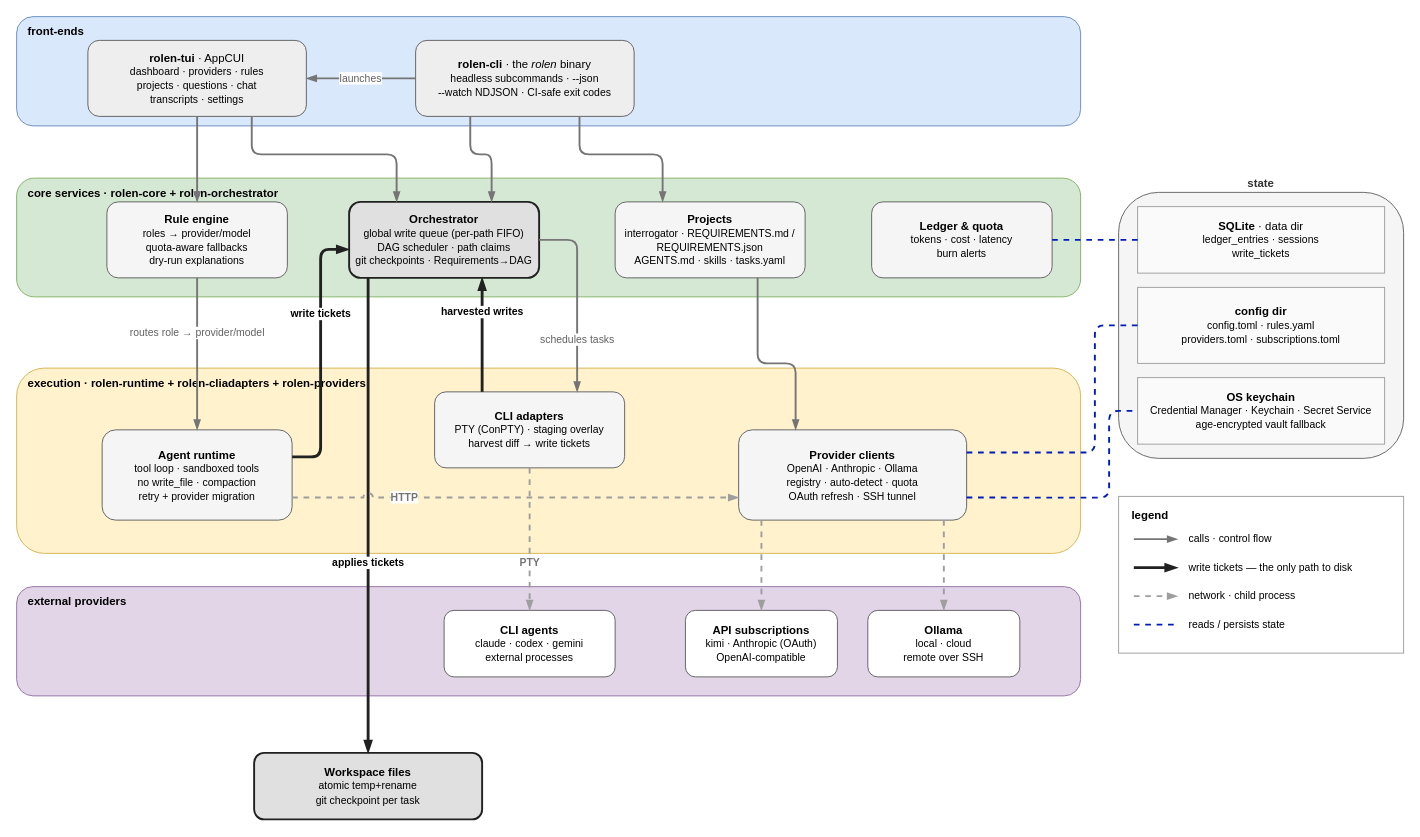
The draw.io diagram docs/architecture.drawio in milleniumrs/RoleN, before the edit. Source tidied: cells renumbered, new cells numbered last; positions are measured from the earlier drawing's top-left corner, leaving out a move shared by most shapes. Both pictures are drawn from the tidied source at 95%, with x=0, y=0 at pixel (16, 16).
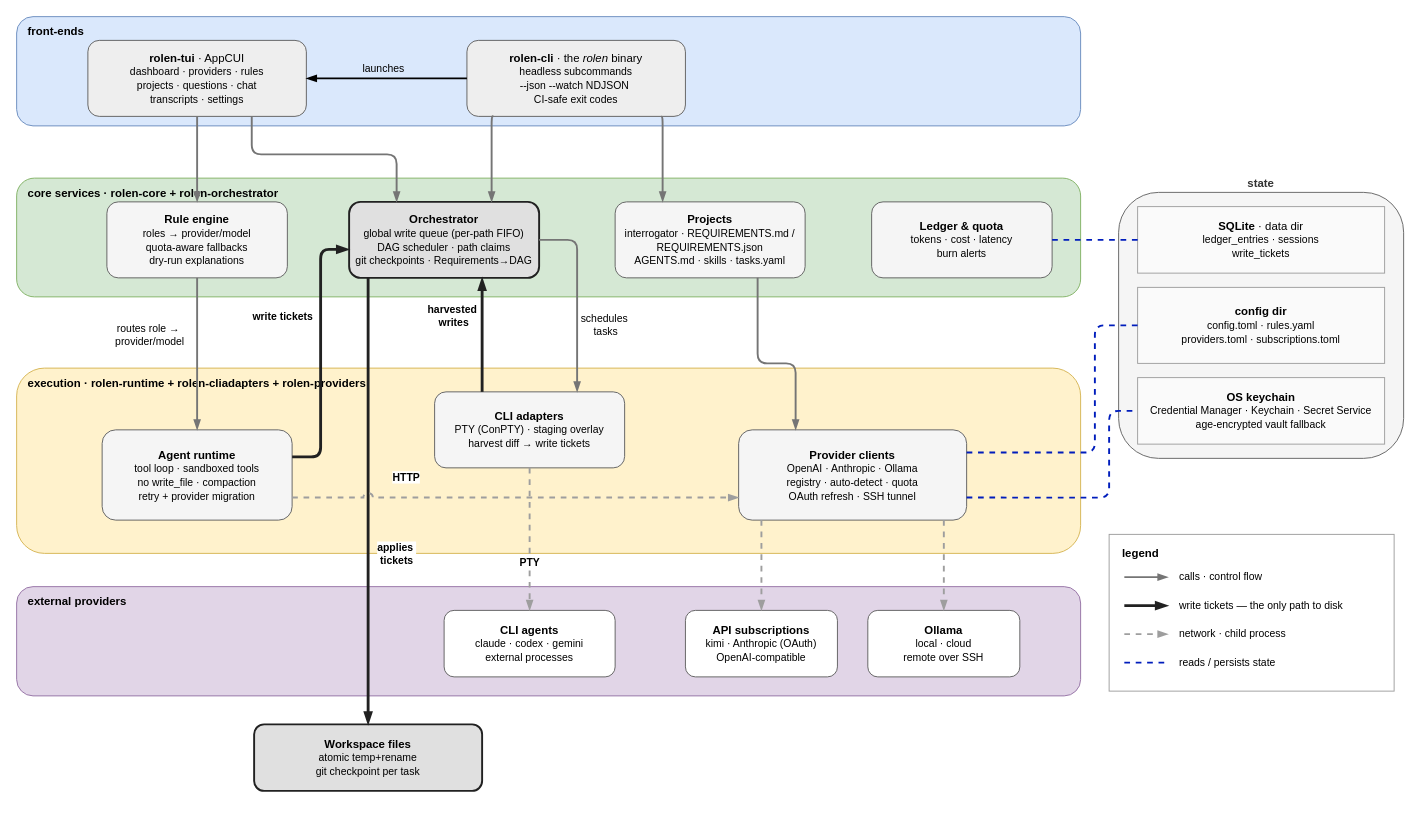
After the change.

Commit message:
Docs: update architecture diagram

Unchanged cells that the change refers to:
```xml
<mxCell id="7" value="&lt;b&gt;rolen-tui&lt;/b&gt; · AppCUI&lt;br&gt;&lt;font style=&quot;font-size:11px&quot;&gt;dashboard · providers · rules&lt;br&gt;projects · questions · chat&lt;br&gt;transcripts · settings&lt;/font&gt;" style="rounded=1;whiteSpace=wrap;html=1;fillColor=#EEEEEE;strokeColor=#616161;" parent="1" vertex="1">
  <mxGeometry x="75" y="25" width="230" height="80" as="geometry" />
</mxCell>
<mxCell id="9" value="&lt;b&gt;Rule engine&lt;/b&gt;&lt;br&gt;&lt;font style=&quot;font-size:11px&quot;&gt;roles → provider/model&lt;br&gt;quota-aware fallbacks&lt;br&gt;dry-run explanations&lt;/font&gt;" style="rounded=1;whiteSpace=wrap;html=1;fillColor=#F5F5F5;strokeColor=#616161;" parent="1" vertex="1">
  <mxGeometry x="95" y="195" width="190" height="80" as="geometry" />
</mxCell>
<mxCell id="10" value="&lt;b&gt;Orchestrator&lt;/b&gt;&lt;br&gt;&lt;font style=&quot;font-size:11px&quot;&gt;global write queue (per-path FIFO)&lt;br&gt;DAG scheduler · path claims&lt;br&gt;git checkpoints · Requirements→DAG&lt;/font&gt;" style="rounded=1;whiteSpace=wrap;html=1;fillColor=#E0E0E0;strokeColor=#212121;strokeWidth=2;" parent="1" vertex="1">
  <mxGeometry x="350" y="195" width="200" height="80" as="geometry" />
</mxCell>
<mxCell id="11" value="&lt;b&gt;Projects&lt;/b&gt;&lt;br&gt;&lt;font style=&quot;font-size:11px&quot;&gt;interrogator · REQUIREMENTS.md / REQUIREMENTS.json&lt;br&gt;AGENTS.md · skills · tasks.yaml&lt;/font&gt;" style="rounded=1;whiteSpace=wrap;html=1;fillColor=#F5F5F5;strokeColor=#616161;" parent="1" vertex="1">
  <mxGeometry x="630" y="195" width="200" height="80" as="geometry" />
</mxCell>
<mxCell id="13" value="&lt;b&gt;CLI adapters&lt;/b&gt;&lt;br&gt;&lt;font style=&quot;font-size:11px&quot;&gt;PTY (ConPTY) · staging overlay&lt;br&gt;harvest diff → write tickets&lt;/font&gt;" style="rounded=1;whiteSpace=wrap;html=1;fillColor=#F5F5F5;strokeColor=#616161;" parent="1" vertex="1">
  <mxGeometry x="440" y="395" width="200" height="80" as="geometry" />
</mxCell>
<mxCell id="14" value="&lt;b&gt;Agent runtime&lt;/b&gt;&lt;br&gt;&lt;font style=&quot;font-size:11px&quot;&gt;tool loop · sandboxed tools&lt;br&gt;no write_file · compaction&lt;br&gt;retry + provider migration&lt;/font&gt;" style="rounded=1;whiteSpace=wrap;html=1;fillColor=#F5F5F5;strokeColor=#616161;" parent="1" vertex="1">
  <mxGeometry x="90" y="435" width="200" height="95" as="geometry" />
</mxCell>
<mxCell id="15" value="&lt;b&gt;Provider clients&lt;/b&gt;&lt;br&gt;&lt;font style=&quot;font-size:11px&quot;&gt;OpenAI · Anthropic · Ollama&lt;br&gt;registry · auto-detect · quota&lt;br&gt;OAuth refresh · SSH tunnel&lt;/font&gt;" style="rounded=1;whiteSpace=wrap;html=1;fillColor=#F5F5F5;strokeColor=#616161;" parent="1" vertex="1">
  <mxGeometry x="760" y="435" width="240" height="95" as="geometry" />
</mxCell>
<mxCell id="16" value="&lt;b&gt;CLI agents&lt;/b&gt;&lt;br&gt;&lt;font style=&quot;font-size:11px&quot;&gt;claude · codex · gemini&lt;br&gt;external processes&lt;/font&gt;" style="rounded=1;whiteSpace=wrap;html=1;fillColor=#FFFFFF;strokeColor=#616161;" parent="1" vertex="1">
  <mxGeometry x="450" y="625" width="180" height="70" as="geometry" />
</mxCell>
```

Diff of the diagram source:
```diff
@@
-    <mxCell id="8" value="&lt;b&gt;rolen-cli&lt;/b&gt; · the &lt;i&gt;rolen&lt;/i&gt; binary&lt;br&gt;&lt;font style=&quot;font-size:11px&quot;&gt;headless subcommands · --json&lt;br&gt;--watch NDJSON · CI-safe exit codes&lt;/font&gt;" style="rounded=1;whiteSpace=wrap;html=1;fillColor=#EEEEEE;strokeColor=#616161;" parent="1" vertex="1">
-      <mxGeometry x="420" y="25" width="230" height="80" as="geometry" />
+    <mxCell id="8" value="&lt;b&gt;rolen-cli&lt;/b&gt; · the &lt;i&gt;rolen&lt;/i&gt; binary&lt;br&gt;&lt;font style=&quot;font-size:11px&quot;&gt;headless subcommands&lt;/font&gt;&lt;div&gt;&lt;font style=&quot;font-size:11px&quot;&gt;--json&amp;nbsp;--watch NDJSON&amp;nbsp;&lt;/font&gt;&lt;/div&gt;&lt;div&gt;&lt;font style=&quot;font-size:11px&quot;&gt;CI-safe exit codes&lt;/font&gt;&lt;/div&gt;" style="rounded=1;whiteSpace=wrap;html=1;fillColor=#EEEEEE;strokeColor=#616161;" parent="1" vertex="1">
+      <mxGeometry x="474" y="25" width="230" height="80" as="geometry" />
     </mxCell>
@@
     <mxCell id="22" value="&lt;b&gt;Workspace files&lt;/b&gt;&lt;br&gt;&lt;font style=&quot;font-size:11px&quot;&gt;atomic temp+rename&lt;br&gt;git checkpoint per task&lt;/font&gt;" style="rounded=1;whiteSpace=wrap;html=1;fillColor=#E0E0E0;strokeColor=#212121;strokeWidth=2;" parent="1" vertex="1">
-      <mxGeometry x="250" y="775" width="240" height="70" as="geometry" />
+      <mxGeometry x="250" y="745" width="240" height="70" as="geometry" />
     </mxCell>
     <mxCell id="23" value="&lt;b&gt;legend&lt;/b&gt;" style="rounded=0;whiteSpace=wrap;html=1;fillColor=#FFFFFF;strokeColor=#9E9E9E;align=left;verticalAlign=top;spacingLeft=12;spacingTop=6;fontSize=12;" parent="1" vertex="1">
-      <mxGeometry x="1160" y="505" width="300" height="165" as="geometry" />
+      <mxGeometry x="1150" y="545" width="300" height="165" as="geometry" />
     </mxCell>
     <mxCell id="24" style="edgeStyle=orthogonalEdgeStyle;rounded=1;html=1;strokeColor=#757575;strokeWidth=2;endArrow=blockThin;endFill=1;" parent="1" edge="1">
       <mxGeometry relative="1" as="geometry">
-        <mxPoint x="1176" y="550" as="sourcePoint" />
-        <mxPoint x="1222" y="550" as="targetPoint" />
+        <mxPoint x="1166" y="590" as="sourcePoint" />
+        <mxPoint x="1212" y="590" as="targetPoint" />
       </mxGeometry>
     </mxCell>
     <mxCell id="25" value="calls · control flow" style="text;html=1;align=left;verticalAlign=middle;fontSize=11;strokeColor=none;fillColor=none;" parent="1" vertex="1">
-      <mxGeometry x="1232" y="540" width="220" height="20" as="geometry" />
+      <mxGeometry x="1222" y="580" width="220" height="20" as="geometry" />
     </mxCell>
     <mxCell id="26" style="edgeStyle=orthogonalEdgeStyle;rounded=1;html=1;strokeColor=#212121;strokeWidth=3;endArrow=blockThin;endFill=1;" parent="1" edge="1">
       <mxGeometry relative="1" as="geometry">
-        <mxPoint x="1176" y="580" as="sourcePoint" />
-        <mxPoint x="1222" y="580" as="targetPoint" />
+        <mxPoint x="1166" y="620" as="sourcePoint" />
+        <mxPoint x="1212" y="620" as="targetPoint" />
       </mxGeometry>
     </mxCell>
     <mxCell id="27" value="write tickets — the only path to disk" style="text;html=1;align=left;verticalAlign=middle;fontSize=11;strokeColor=none;fillColor=none;" parent="1" vertex="1">
-      <mxGeometry x="1232" y="570" width="220" height="20" as="geometry" />
+      <mxGeometry x="1222" y="610" width="220" height="20" as="geometry" />
     </mxCell>
     <mxCell id="28" style="edgeStyle=orthogonalEdgeStyle;rounded=1;html=1;strokeColor=#9E9E9E;strokeWidth=2;dashed=1;endArrow=blockThin;endFill=1;" parent="1" edge="1">
       <mxGeometry relative="1" as="geometry">
-        <mxPoint x="1176" y="610" as="sourcePoint" />
-        <mxPoint x="1222" y="610" as="targetPoint" />
+        <mxPoint x="1166" y="650" as="sourcePoint" />
+        <mxPoint x="1212" y="650" as="targetPoint" />
       </mxGeometry>
     </mxCell>
     <mxCell id="29" value="network · child process" style="text;html=1;align=left;verticalAlign=middle;fontSize=11;strokeColor=none;fillColor=none;" parent="1" vertex="1">
-      <mxGeometry x="1232" y="600" width="220" height="20" as="geometry" />
+      <mxGeometry x="1222" y="640" width="220" height="20" as="geometry" />
     </mxCell>
     <mxCell id="30" style="edgeStyle=orthogonalEdgeStyle;rounded=1;html=1;strokeColor=#001DBC;strokeWidth=2;dashed=1;endArrow=none;" parent="1" edge="1">
       <mxGeometry relative="1" as="geometry">
-        <mxPoint x="1176" y="640" as="sourcePoint" />
-        <mxPoint x="1222" y="640" as="targetPoint" />
+        <mxPoint x="1166" y="680" as="sourcePoint" />
+        <mxPoint x="1212" y="680" as="targetPoint" />
       </mxGeometry>
     </mxCell>
     <mxCell id="31" value="reads / persists state" style="text;html=1;align=left;verticalAlign=middle;fontSize=11;strokeColor=none;fillColor=none;" parent="1" vertex="1">
-      <mxGeometry x="1232" y="630" width="220" height="20" as="geometry" />
+      <mxGeometry x="1222" y="670" width="220" height="20" as="geometry" />
     </mxCell>
-    <mxCell id="32" value="launches" style="edgeStyle=orthogonalEdgeStyle;rounded=1;html=1;strokeColor=#757575;strokeWidth=2;endArrow=blockThin;endFill=1;fontSize=11;fontColor=#616161;labelBackgroundColor=#FFFFFF;exitX=0;exitY=0.5;exitDx=0;exitDy=0;entryX=1;entryY=0.5;entryDx=0;entryDy=0;" parent="1" edge="1" source="8" target="7">
-      <mxGeometry relative="1" as="geometry" />
+    <mxCell id="32" value="launches" style="edgeStyle=orthogonalEdgeStyle;rounded=1;html=1;strokeWidth=2;endArrow=blockThin;endFill=1;fontSize=11;fontColor=#000000;labelBackgroundColor=none;exitX=0;exitY=0.5;exitDx=0;exitDy=0;entryX=1;entryY=0.5;entryDx=0;entryDy=0;" parent="1" edge="1" source="8" target="7">
+      <mxGeometry x="0.04" y="-10" relative="1" as="geometry" />
     </mxCell>
@@
-    <mxCell id="35" style="edgeStyle=orthogonalEdgeStyle;rounded=1;html=1;strokeColor=#757575;strokeWidth=2;endArrow=blockThin;endFill=1;exitX=0.25;exitY=1;exitDx=0;exitDy=0;entryX=0.75;entryY=0;entryDx=0;entryDy=0;" parent="1" edge="1" source="8" target="10">
+    <mxCell id="35" style="edgeStyle=orthogonalEdgeStyle;rounded=1;html=1;strokeColor=#757575;strokeWidth=2;endArrow=blockThin;endFill=1;exitX=0.121;exitY=0.998;exitDx=0;exitDy=0;entryX=0.75;entryY=0;entryDx=0;entryDy=0;exitPerimeter=0;" parent="1" edge="1" source="8" target="10">
       <mxGeometry relative="1" as="geometry">
         <Array as="points">
-          <mxPoint x="478" y="145" />
-          <mxPoint x="500" y="145" />
+          <mxPoint x="500" y="104.8" />
         </Array>
       </mxGeometry>
     </mxCell>
-    <mxCell id="36" style="edgeStyle=orthogonalEdgeStyle;rounded=1;html=1;strokeColor=#757575;strokeWidth=2;endArrow=blockThin;endFill=1;exitX=0.75;exitY=1;exitDx=0;exitDy=0;entryX=0.25;entryY=0;entryDx=0;entryDy=0;" parent="1" edge="1" source="8" target="11">
+    <mxCell id="36" style="edgeStyle=orthogonalEdgeStyle;rounded=1;html=1;strokeColor=#757575;strokeWidth=2;endArrow=blockThin;endFill=1;exitX=0.889;exitY=1.004;exitDx=0;exitDy=0;entryX=0.25;entryY=0;entryDx=0;entryDy=0;exitPerimeter=0;" parent="1" edge="1" source="8" target="11">
       <mxGeometry relative="1" as="geometry">
         <Array as="points">
-          <mxPoint x="593" y="145" />
-          <mxPoint x="680" y="145" />
+          <mxPoint x="680" y="105.3" />
         </Array>
       </mxGeometry>
     </mxCell>
-    <mxCell id="37" value="routes role → provider/model" style="edgeStyle=orthogonalEdgeStyle;rounded=1;html=1;strokeColor=#757575;strokeWidth=2;endArrow=blockThin;endFill=1;fontSize=11;fontColor=#616161;labelBackgroundColor=#FFFFFF;exitX=0.5;exitY=1;exitDx=0;exitDy=0;entryX=0.5;entryY=0;entryDx=0;entryDy=0;" parent="1" edge="1" source="9" target="14">
-      <mxGeometry x="-0.28" relative="1" as="geometry" />
+    <mxCell id="37" value="routes role →&amp;nbsp;&lt;div&gt;provider/model&lt;/div&gt;" style="edgeStyle=orthogonalEdgeStyle;rounded=1;html=1;strokeColor=#757575;strokeWidth=2;endArrow=blockThin;endFill=1;fontSize=11;fontColor=#000000;labelBackgroundColor=#FFFFFF;exitX=0.5;exitY=1;exitDx=0;exitDy=0;entryX=0.5;entryY=0;entryDx=0;entryDy=0;" parent="1" edge="1" source="9" target="14">
+      <mxGeometry x="-0.25" y="-50" relative="1" as="geometry" />
     </mxCell>
-    <mxCell id="38" value="schedules tasks" style="edgeStyle=orthogonalEdgeStyle;rounded=1;html=1;strokeColor=#757575;strokeWidth=2;endArrow=blockThin;endFill=1;fontSize=11;fontColor=#616161;labelBackgroundColor=#FFFFFF;exitX=1;exitY=0.5;exitDx=0;exitDy=0;entryX=0.75;entryY=0;entryDx=0;entryDy=0;" parent="1" edge="1" source="10" target="13">
-      <mxGeometry x="0.45" relative="1" as="geometry">
+    <mxCell id="38" value="schedules&amp;nbsp;&lt;div&gt;tasks&lt;/div&gt;" style="edgeStyle=orthogonalEdgeStyle;rounded=1;html=1;strokeColor=#757575;strokeWidth=2;endArrow=blockThin;endFill=1;fontSize=11;fontColor=#000000;labelBackgroundColor=#FFFFFF;exitX=1;exitY=0.5;exitDx=0;exitDy=0;entryX=0.75;entryY=0;entryDx=0;entryDy=0;" parent="1" edge="1" source="10" target="13">
+      <mxGeometry x="0.3" y="30" relative="1" as="geometry">
         <Array as="points">
           <mxPoint x="590" y="235" />
         </Array>
       </mxGeometry>
     </mxCell>
@@
     <mxCell id="40" value="write tickets" style="edgeStyle=orthogonalEdgeStyle;rounded=1;html=1;strokeColor=#212121;strokeWidth=3;endArrow=blockThin;endFill=1;fontSize=11;fontStyle=1;labelBackgroundColor=#FFFFFF;exitX=1;exitY=0.3;exitDx=0;exitDy=0;entryX=0;entryY=0.625;entryDx=0;entryDy=0;" parent="1" edge="1" source="14" target="10">
-      <mxGeometry x="0.3" relative="1" as="geometry">
+      <mxGeometry x="0.28" y="40" relative="1" as="geometry">
         <Array as="points">
           <mxPoint x="320" y="464" />
           <mxPoint x="320" y="245" />
         </Array>
       </mxGeometry>
     </mxCell>
-    <mxCell id="41" value="harvested writes" style="edgeStyle=orthogonalEdgeStyle;rounded=1;html=1;strokeColor=#212121;strokeWidth=3;endArrow=blockThin;endFill=1;fontSize=11;fontStyle=1;labelBackgroundColor=#FFFFFF;exitX=0.25;exitY=0;exitDx=0;exitDy=0;entryX=0.7;entryY=1;entryDx=0;entryDy=0;" parent="1" edge="1" source="13" target="10">
-      <mxGeometry x="0.4" relative="1" as="geometry" />
+    <mxCell id="41" value="harvested&amp;nbsp;&lt;div&gt;writes&lt;/div&gt;" style="edgeStyle=orthogonalEdgeStyle;rounded=1;html=1;strokeColor=#212121;strokeWidth=3;endArrow=blockThin;endFill=1;fontSize=11;fontStyle=1;labelBackgroundColor=#FFFFFF;exitX=0.25;exitY=0;exitDx=0;exitDy=0;entryX=0.7;entryY=1;entryDx=0;entryDy=0;" parent="1" edge="1" source="13" target="10">
+      <mxGeometry x="0.33" y="30" relative="1" as="geometry" />
     </mxCell>
-    <mxCell id="42" value="applies tickets" style="edgeStyle=orthogonalEdgeStyle;rounded=1;html=1;strokeColor=#212121;strokeWidth=3;endArrow=blockThin;endFill=1;fontSize=11;fontStyle=1;labelBackgroundColor=#FFFFFF;exitX=0.1;exitY=1;exitDx=0;exitDy=0;entryX=0.5;entryY=0;entryDx=0;entryDy=0;" parent="1" edge="1" source="10" target="22">
-      <mxGeometry x="0.2" relative="1" as="geometry" />
+    <mxCell id="42" value="applies&amp;nbsp;&lt;div&gt;tickets&lt;/div&gt;" style="edgeStyle=orthogonalEdgeStyle;rounded=1;html=1;strokeColor=#212121;strokeWidth=3;endArrow=blockThin;endFill=1;fontSize=11;fontStyle=1;labelBackgroundColor=#FFFFFF;exitX=0.1;exitY=1;exitDx=0;exitDy=0;entryX=0.5;entryY=0;entryDx=0;entryDy=0;" parent="1" edge="1" source="10" target="22">
+      <mxGeometry x="0.24" y="30" relative="1" as="geometry" />
     </mxCell>
-    <mxCell id="43" value="HTTP" style="edgeStyle=orthogonalEdgeStyle;rounded=1;html=1;strokeColor=#9E9E9E;strokeWidth=2;dashed=1;endArrow=blockThin;endFill=1;fontSize=11;fontColor=#757575;fontStyle=1;labelBackgroundColor=#FFFFFF;jumpStyle=arc;jumpSize=8;exitX=1;exitY=0.75;exitDx=0;exitDy=0;entryX=0;entryY=0.75;entryDx=0;entryDy=0;" parent="1" edge="1" source="14" target="15">
-      <mxGeometry x="-0.5" relative="1" as="geometry" />
+    <mxCell id="43" value="HTTP" style="edgeStyle=orthogonalEdgeStyle;rounded=1;html=1;strokeColor=#9E9E9E;strokeWidth=2;dashed=1;endArrow=blockThin;endFill=1;fontSize=11;fontColor=#000000;fontStyle=1;labelBackgroundColor=#FFFFFF;jumpStyle=arc;jumpSize=8;exitX=1;exitY=0.75;exitDx=0;exitDy=0;entryX=0;entryY=0.75;entryDx=0;entryDy=0;" parent="1" edge="1" source="14" target="15">
+      <mxGeometry x="-0.49" y="21" relative="1" as="geometry" />
     </mxCell>
-    <mxCell id="44" value="PTY" style="edgeStyle=orthogonalEdgeStyle;rounded=1;html=1;strokeColor=#9E9E9E;strokeWidth=2;dashed=1;endArrow=blockThin;endFill=1;fontSize=11;fontColor=#757575;fontStyle=1;labelBackgroundColor=#FFFFFF;exitX=0.5;exitY=1;exitDx=0;exitDy=0;entryX=0.5;entryY=0;entryDx=0;entryDy=0;" parent="1" edge="1" source="13" target="16">
+    <mxCell id="44" value="PTY" style="edgeStyle=orthogonalEdgeStyle;rounded=1;html=1;strokeColor=#9E9E9E;strokeWidth=2;dashed=1;endArrow=blockThin;endFill=1;fontSize=11;fontColor=#000000;fontStyle=1;labelBackgroundColor=#FFFFFF;exitX=0.5;exitY=1;exitDx=0;exitDy=0;entryX=0.5;entryY=0;entryDx=0;entryDy=0;" parent="1" edge="1" source="13" target="16">
       <mxGeometry x="0.33" relative="1" as="geometry" />
     </mxCell>
```
